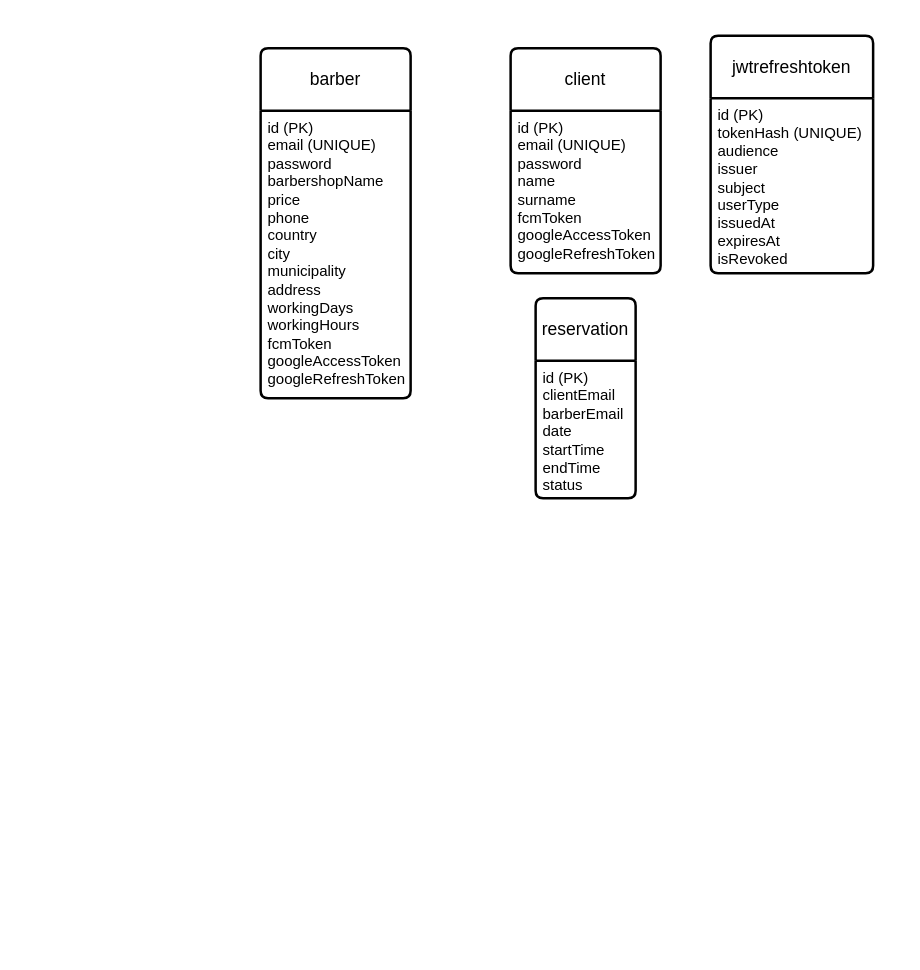
Before: drawio/diagrams/database_er_diagram.drawio in PavleSarenac/thesis, a draw.io diagram. Source tidied: cells renumbered, new cells numbered last; positions are measured from the earlier drawing's top-left corner, leaving out a move shared by most shapes. Both pictures are drawn from the tidied source at 125%, with x=0, y=0 at pixel (260, 35).
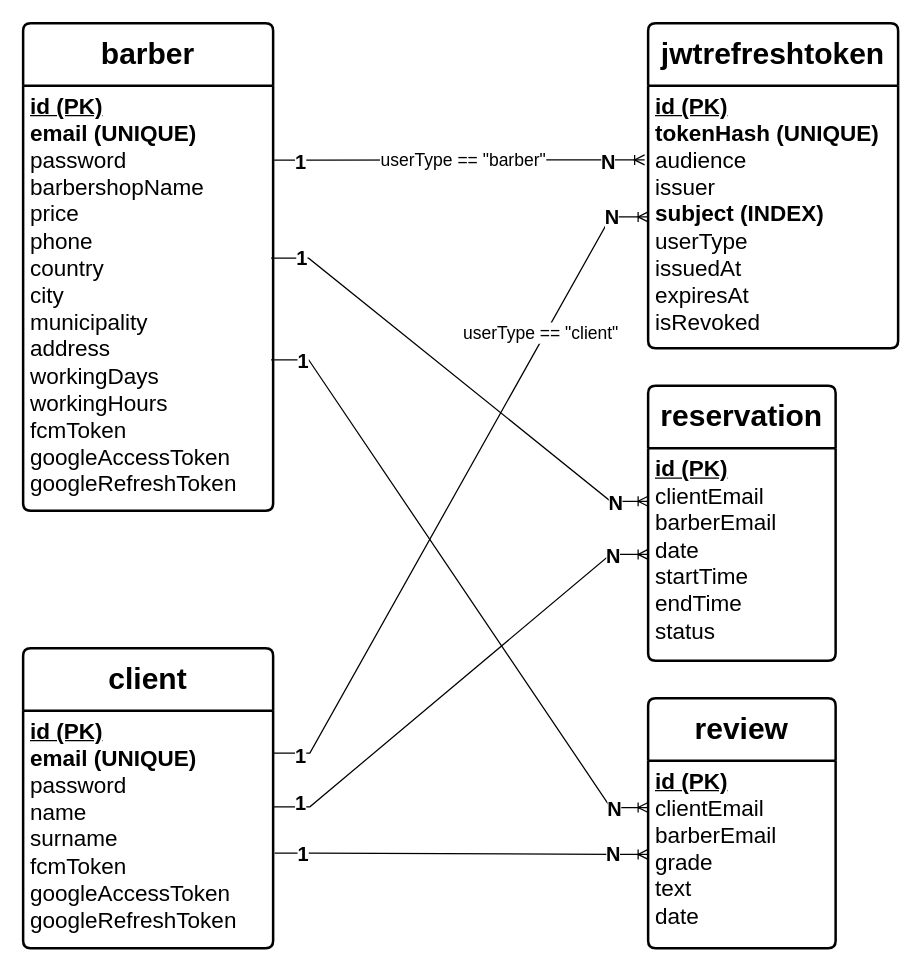
The same diagram, later.

Change to the diagram source:
```diff
@@
-    <mxCell id="2" value="barber" style="swimlane;horizontal=1;startSize=50;rounded=1;fontSize=14;fontStyle=0;strokeWidth=2;shadow=0;dashed=0;align=center;arcSize=4;whiteSpace=wrap;html=1;" parent="1" vertex="1">
-      <mxGeometry y="10" width="120" height="280" as="geometry" />
-    </mxCell>
-    <mxCell id="3" value="id (PK)&lt;br&gt;email (UNIQUE)&lt;br&gt;password&lt;div&gt;barbershopName&lt;/div&gt;&lt;div&gt;price&lt;/div&gt;&lt;div&gt;phone&lt;/div&gt;&lt;div&gt;country&lt;/div&gt;&lt;div&gt;city&lt;/div&gt;&lt;div&gt;municipality&lt;/div&gt;&lt;div&gt;address&lt;/div&gt;&lt;div&gt;workingDays&lt;/div&gt;&lt;div&gt;workingHours&lt;/div&gt;&lt;div&gt;fcmToken&lt;/div&gt;&lt;div&gt;googleAccessToken&lt;/div&gt;&lt;div&gt;googleRefreshToken&lt;/div&gt;" style="align=left;strokeColor=none;fillColor=none;spacingLeft=4;spacingRight=4;fontSize=12;verticalAlign=top;html=1;whiteSpace=wrap;" parent="2" vertex="1">
-      <mxGeometry y="50" width="120" height="230" as="geometry" />
-    </mxCell>
-    <mxCell id="4" value="client" style="swimlane;horizontal=1;startSize=50;rounded=1;fontSize=14;fontStyle=0;strokeWidth=2;shadow=0;dashed=0;align=center;arcSize=4;whiteSpace=wrap;html=1;" parent="1" vertex="1">
-      <mxGeometry x="200" y="10" width="120" height="180" as="geometry" />
+    <mxCell id="4" value="&lt;font style=&quot;font-size: 24px;&quot;&gt;&lt;b&gt;client&lt;/b&gt;&lt;/font&gt;" style="swimlane;horizontal=1;startSize=50;rounded=1;fontSize=14;fontStyle=0;strokeWidth=2;shadow=0;dashed=0;align=center;arcSize=4;whiteSpace=wrap;html=1;" parent="1" vertex="1">
+      <mxGeometry x="-190" y="490" width="200" height="240" as="geometry" />
     </mxCell>
-    <mxCell id="5" value="id (PK)&lt;br&gt;email (UNIQUE)&lt;br&gt;password&lt;div&gt;name&lt;/div&gt;&lt;div&gt;surname&lt;br&gt;&lt;div&gt;fcmToken&lt;/div&gt;&lt;div&gt;googleAccessToken&lt;/div&gt;&lt;div&gt;googleRefreshToken&lt;/div&gt;&lt;/div&gt;" style="align=left;strokeColor=none;fillColor=none;spacingLeft=4;spacingRight=4;fontSize=12;verticalAlign=top;html=1;whiteSpace=wrap;" parent="4" vertex="1">
-      <mxGeometry y="50" width="120" height="130" as="geometry" />
+    <mxCell id="5" value="&lt;font style=&quot;font-size: 18px;&quot;&gt;&lt;b&gt;&lt;u&gt;id (PK)&lt;/u&gt;&lt;/b&gt;&lt;br&gt;&lt;b&gt;email (UNIQUE)&lt;br&gt;&lt;/b&gt;password&lt;/font&gt;&lt;div&gt;&lt;font style=&quot;font-size: 18px;&quot;&gt;name&lt;/font&gt;&lt;/div&gt;&lt;div&gt;&lt;font style=&quot;font-size: 18px;&quot;&gt;surname&lt;br&gt;&lt;/font&gt;&lt;div&gt;&lt;font style=&quot;font-size: 18px;&quot;&gt;fcmToken&lt;/font&gt;&lt;/div&gt;&lt;div&gt;&lt;font style=&quot;font-size: 18px;&quot;&gt;googleAccessToken&lt;/font&gt;&lt;/div&gt;&lt;div&gt;&lt;font style=&quot;font-size: 18px;&quot;&gt;googleRefreshToken&lt;/font&gt;&lt;/div&gt;&lt;/div&gt;" style="align=left;strokeColor=none;fillColor=none;spacingLeft=4;spacingRight=4;fontSize=12;verticalAlign=top;html=1;whiteSpace=wrap;" parent="4" vertex="1">
+      <mxGeometry y="50" width="200" height="190" as="geometry" />
     </mxCell>
-    <mxCell id="6" value="jwtrefreshtoken" style="swimlane;horizontal=1;startSize=50;rounded=1;fontSize=14;fontStyle=0;strokeWidth=2;shadow=0;dashed=0;align=center;arcSize=4;whiteSpace=wrap;html=1;" parent="1" vertex="1">
-      <mxGeometry x="360" width="130" height="190" as="geometry" />
+    <mxCell id="6" value="&lt;font style=&quot;font-size: 24px;&quot;&gt;&lt;b&gt;jwtrefreshtoken&lt;/b&gt;&lt;/font&gt;" style="swimlane;horizontal=1;startSize=50;rounded=1;fontSize=14;fontStyle=0;strokeWidth=2;shadow=0;dashed=0;align=center;arcSize=4;whiteSpace=wrap;html=1;" parent="1" vertex="1">
+      <mxGeometry x="310" y="-10" width="200" height="260" as="geometry" />
     </mxCell>
-    <mxCell id="7" value="id (PK)&lt;br&gt;tokenHash (UNIQUE)&lt;br&gt;&lt;div&gt;audience&lt;/div&gt;&lt;div&gt;issuer&lt;/div&gt;&lt;div&gt;subject&lt;/div&gt;&lt;div&gt;userType&lt;/div&gt;&lt;div&gt;issuedAt&lt;/div&gt;&lt;div&gt;expiresAt&lt;/div&gt;&lt;div&gt;isRevoked&lt;/div&gt;" style="align=left;strokeColor=none;fillColor=none;spacingLeft=4;spacingRight=4;fontSize=12;verticalAlign=top;html=1;whiteSpace=wrap;" parent="6" vertex="1">
-      <mxGeometry y="50" width="130" height="140" as="geometry" />
+    <mxCell id="7" value="&lt;font style=&quot;font-size: 18px;&quot;&gt;&lt;b&gt;&lt;u&gt;id (PK)&lt;/u&gt;&lt;/b&gt;&lt;br&gt;&lt;b&gt;tokenHash (UNIQUE)&lt;/b&gt;&lt;br&gt;&lt;/font&gt;&lt;div&gt;&lt;font style=&quot;font-size: 18px;&quot;&gt;audience&lt;/font&gt;&lt;/div&gt;&lt;div&gt;&lt;font style=&quot;font-size: 18px;&quot;&gt;issuer&lt;/font&gt;&lt;/div&gt;&lt;div&gt;&lt;font style=&quot;font-size: 18px;&quot;&gt;&lt;b&gt;subject (INDEX)&lt;/b&gt;&lt;/font&gt;&lt;/div&gt;&lt;div&gt;&lt;font style=&quot;font-size: 18px;&quot;&gt;userType&lt;/font&gt;&lt;/div&gt;&lt;div&gt;&lt;font style=&quot;font-size: 18px;&quot;&gt;issuedAt&lt;/font&gt;&lt;/div&gt;&lt;div&gt;&lt;font style=&quot;font-size: 18px;&quot;&gt;expiresAt&lt;/font&gt;&lt;/div&gt;&lt;div&gt;&lt;font style=&quot;font-size: 18px;&quot;&gt;isRevoked&lt;/font&gt;&lt;/div&gt;" style="align=left;strokeColor=none;fillColor=none;spacingLeft=4;spacingRight=4;fontSize=12;verticalAlign=top;html=1;whiteSpace=wrap;" parent="6" vertex="1">
+      <mxGeometry y="50" width="200" height="210" as="geometry" />
     </mxCell>
-    <mxCell id="8" value="reservation" style="swimlane;horizontal=1;startSize=50;rounded=1;fontSize=14;fontStyle=0;strokeWidth=2;shadow=0;dashed=0;align=center;arcSize=4;whiteSpace=wrap;html=1;" parent="1" vertex="1">
-      <mxGeometry x="220" y="210" width="80" height="160" as="geometry" />
+    <mxCell id="8" value="&lt;font style=&quot;font-size: 24px;&quot;&gt;&lt;b&gt;reservation&lt;/b&gt;&lt;/font&gt;" style="swimlane;horizontal=1;startSize=50;rounded=1;fontSize=14;fontStyle=0;strokeWidth=2;shadow=0;dashed=0;align=center;arcSize=4;whiteSpace=wrap;html=1;" parent="1" vertex="1">
+      <mxGeometry x="310" y="280" width="150" height="220" as="geometry" />
     </mxCell>
-    <mxCell id="9" value="id (PK)&lt;br&gt;clientEmail&lt;div&gt;barberEmail&lt;/div&gt;&lt;div&gt;date&lt;/div&gt;&lt;div&gt;startTime&lt;/div&gt;&lt;div&gt;endTime&lt;/div&gt;&lt;div&gt;status&lt;/div&gt;" style="align=left;strokeColor=none;fillColor=none;spacingLeft=4;spacingRight=4;fontSize=12;verticalAlign=top;html=1;whiteSpace=wrap;" parent="8" vertex="1">
-      <mxGeometry y="50" width="80" height="110" as="geometry" />
+    <mxCell id="9" value="&lt;font style=&quot;font-size: 18px;&quot;&gt;&lt;b&gt;&lt;u&gt;id (PK)&lt;/u&gt;&lt;/b&gt;&lt;br&gt;clientEmail&lt;/font&gt;&lt;div&gt;&lt;font style=&quot;font-size: 18px;&quot;&gt;barberEmail&lt;/font&gt;&lt;/div&gt;&lt;div&gt;&lt;font style=&quot;font-size: 18px;&quot;&gt;date&lt;/font&gt;&lt;/div&gt;&lt;div&gt;&lt;font style=&quot;font-size: 18px;&quot;&gt;startTime&lt;/font&gt;&lt;/div&gt;&lt;div&gt;&lt;font style=&quot;font-size: 18px;&quot;&gt;endTime&lt;/font&gt;&lt;/div&gt;&lt;div&gt;&lt;font style=&quot;font-size: 18px;&quot;&gt;status&lt;/font&gt;&lt;/div&gt;" style="align=left;strokeColor=none;fillColor=none;spacingLeft=4;spacingRight=4;fontSize=12;verticalAlign=top;html=1;whiteSpace=wrap;" parent="8" vertex="1">
+      <mxGeometry y="50" width="150" height="170" as="geometry" />
     </mxCell>
+    <mxCell id="2" value="&lt;span style=&quot;font-size: 24px;&quot;&gt;&lt;b&gt;barber&lt;/b&gt;&lt;/span&gt;" style="swimlane;horizontal=1;startSize=50;rounded=1;fontSize=14;fontStyle=0;strokeWidth=2;shadow=0;dashed=0;align=center;arcSize=4;whiteSpace=wrap;html=1;" parent="1" vertex="1">
+      <mxGeometry x="-190" y="-10" width="200" height="390" as="geometry" />
+    </mxCell>
+    <mxCell id="3" value="&lt;font style=&quot;font-size: 18px;&quot;&gt;&lt;font style=&quot;&quot;&gt;&lt;b&gt;&lt;u&gt;id (PK)&lt;/u&gt;&lt;/b&gt;&lt;br&gt;&lt;/font&gt;&lt;font style=&quot;&quot;&gt;&lt;b&gt;email (UNIQUE)&lt;/b&gt;&lt;br&gt;&lt;/font&gt;&lt;font style=&quot;&quot;&gt;password&lt;br&gt;&lt;/font&gt;&lt;font style=&quot;&quot;&gt;barbershopName&lt;br&gt;&lt;/font&gt;price&lt;br style=&quot;&quot;&gt;phone&lt;br style=&quot;&quot;&gt;country&lt;br style=&quot;&quot;&gt;city&lt;br style=&quot;&quot;&gt;municipality&lt;br style=&quot;&quot;&gt;address&lt;br style=&quot;&quot;&gt;workingDays&lt;br style=&quot;&quot;&gt;workingHours&lt;br style=&quot;&quot;&gt;fcmToken&lt;br style=&quot;&quot;&gt;googleAccessToken&lt;br style=&quot;&quot;&gt;googleRefreshToken&lt;/font&gt;" style="align=left;strokeColor=none;fillColor=none;spacingLeft=4;spacingRight=4;fontSize=12;verticalAlign=top;html=1;whiteSpace=wrap;" parent="2" vertex="1">
+      <mxGeometry y="50" width="200" height="340" as="geometry" />
+    </mxCell>
+    <mxCell id="10" value="&lt;font style=&quot;font-size: 24px;&quot;&gt;&lt;b&gt;review&lt;/b&gt;&lt;/font&gt;" style="swimlane;horizontal=1;startSize=50;rounded=1;fontSize=14;fontStyle=0;strokeWidth=2;shadow=0;dashed=0;align=center;arcSize=4;whiteSpace=wrap;html=1;" parent="1" vertex="1">
+      <mxGeometry x="310" y="530" width="150" height="200" as="geometry" />
+    </mxCell>
+    <mxCell id="11" value="&lt;font style=&quot;font-size: 18px;&quot;&gt;&lt;b&gt;&lt;u&gt;id (PK)&lt;/u&gt;&lt;/b&gt;&lt;br&gt;clientEmail&lt;/font&gt;&lt;div&gt;&lt;font style=&quot;font-size: 18px;&quot;&gt;barberEmail&lt;/font&gt;&lt;/div&gt;&lt;div&gt;&lt;font style=&quot;font-size: 18px;&quot;&gt;grade&lt;/font&gt;&lt;/div&gt;&lt;div&gt;&lt;font style=&quot;font-size: 18px;&quot;&gt;text&lt;/font&gt;&lt;/div&gt;&lt;div&gt;&lt;font style=&quot;font-size: 18px;&quot;&gt;date&lt;/font&gt;&lt;/div&gt;" style="align=left;strokeColor=none;fillColor=none;spacingLeft=4;spacingRight=4;fontSize=12;verticalAlign=top;html=1;whiteSpace=wrap;" parent="10" vertex="1">
+      <mxGeometry y="50" width="150" height="150" as="geometry" />
+    </mxCell>
+    <mxCell id="12" style="edgeStyle=entityRelationEdgeStyle;fontSize=12;html=1;endArrow=ERoneToMany;rounded=0;exitX=1.004;exitY=0.175;exitDx=0;exitDy=0;exitPerimeter=0;entryX=-0.014;entryY=0.283;entryDx=0;entryDy=0;entryPerimeter=0;" parent="1" edge="1" source="3" target="7">
+      <mxGeometry relative="1" as="geometry" />
+    </mxCell>
+    <mxCell id="13" value="&lt;font style=&quot;font-size: 16px;&quot;&gt;&lt;b style=&quot;&quot;&gt;1&lt;/b&gt;&lt;/font&gt;" style="edgeLabel;html=1;align=center;verticalAlign=middle;" parent="12" vertex="1">
+      <mxGeometry x="-0.86" y="-1" relative="1" as="geometry" />
+    </mxCell>
+    <mxCell id="14" value="&lt;font style=&quot;font-size: 16px;&quot;&gt;&lt;b&gt;N&lt;/b&gt;&lt;/font&gt;" style="edgeLabel;html=1;align=center;verticalAlign=middle;" parent="12" vertex="1">
+      <mxGeometry x="0.8" y="-1" relative="1" as="geometry" />
+    </mxCell>
+    <mxCell id="15" value="&lt;font style=&quot;font-size: 14px;&quot;&gt;userType == &quot;barber&quot;&lt;/font&gt;" style="edgeLabel;html=1;align=center;verticalAlign=middle;" parent="12" vertex="1">
+      <mxGeometry x="0.02" relative="1" as="geometry" />
+    </mxCell>
+    <mxCell id="16" style="edgeStyle=entityRelationEdgeStyle;fontSize=12;html=1;endArrow=ERoneToMany;rounded=0;exitX=0.992;exitY=0.406;exitDx=0;exitDy=0;exitPerimeter=0;entryX=0;entryY=0.25;entryDx=0;entryDy=0;" parent="1" edge="1" source="3" target="9">
+      <mxGeometry relative="1" as="geometry" />
+    </mxCell>
+    <mxCell id="17" value="&lt;font style=&quot;font-size: 16px;&quot;&gt;&lt;b&gt;1&lt;/b&gt;&lt;/font&gt;" style="edgeLabel;html=1;align=center;verticalAlign=middle;" parent="16" vertex="1">
+      <mxGeometry x="-0.87" y="1" relative="1" as="geometry" />
+    </mxCell>
+    <mxCell id="18" value="&lt;font style=&quot;font-size: 16px;&quot;&gt;&lt;b&gt;N&lt;/b&gt;&lt;/font&gt;" style="edgeLabel;html=1;align=center;verticalAlign=middle;" parent="16" vertex="1">
+      <mxGeometry x="0.86" y="-1" relative="1" as="geometry" />
+    </mxCell>
+    <mxCell id="19" style="edgeStyle=entityRelationEdgeStyle;fontSize=12;html=1;endArrow=ERoneToMany;rounded=0;exitX=0.992;exitY=0.645;exitDx=0;exitDy=0;exitPerimeter=0;entryX=0;entryY=0.25;entryDx=0;entryDy=0;" parent="1" edge="1" source="3" target="11">
+      <mxGeometry relative="1" as="geometry" />
+    </mxCell>
+    <mxCell id="20" value="&lt;font style=&quot;font-size: 16px;&quot;&gt;&lt;b&gt;1&lt;/b&gt;&lt;/font&gt;" style="edgeLabel;html=1;align=center;verticalAlign=middle;" parent="19" vertex="1">
+      <mxGeometry x="-0.9" relative="1" as="geometry" />
+    </mxCell>
+    <mxCell id="21" value="&lt;font style=&quot;font-size: 16px;&quot;&gt;&lt;b&gt;N&lt;/b&gt;&lt;/font&gt;" style="edgeLabel;html=1;align=center;verticalAlign=middle;" parent="19" vertex="1">
+      <mxGeometry x="0.89" y="-1" relative="1" as="geometry" />
+    </mxCell>
+    <mxCell id="22" style="edgeStyle=entityRelationEdgeStyle;fontSize=12;html=1;endArrow=ERoneToMany;rounded=0;exitX=0.997;exitY=0.179;exitDx=0;exitDy=0;exitPerimeter=0;entryX=0;entryY=0.5;entryDx=0;entryDy=0;" parent="1" edge="1" source="5" target="7">
+      <mxGeometry relative="1" as="geometry" />
+    </mxCell>
+    <mxCell id="23" value="&lt;font style=&quot;font-size: 16px;&quot;&gt;&lt;b&gt;1&lt;/b&gt;&lt;/font&gt;" style="edgeLabel;html=1;align=center;verticalAlign=middle;" parent="22" vertex="1">
+      <mxGeometry x="-0.92" y="-1" relative="1" as="geometry" />
+    </mxCell>
+    <mxCell id="24" value="&lt;font style=&quot;font-size: 16px;&quot;&gt;&lt;b&gt;N&lt;/b&gt;&lt;/font&gt;" style="edgeLabel;html=1;align=center;verticalAlign=middle;" parent="22" vertex="1">
+      <mxGeometry x="0.89" y="1" relative="1" as="geometry" />
+    </mxCell>
+    <mxCell id="25" value="&lt;font style=&quot;font-size: 14px;&quot;&gt;userType == &quot;client&quot;&lt;/font&gt;" style="edgeLabel;html=1;align=center;verticalAlign=middle;" parent="22" vertex="1">
+      <mxGeometry x="0.5" y="4" relative="1" as="geometry" />
+    </mxCell>
+    <mxCell id="26" style="edgeStyle=entityRelationEdgeStyle;fontSize=12;html=1;endArrow=ERoneToMany;rounded=0;exitX=0.997;exitY=0.405;exitDx=0;exitDy=0;exitPerimeter=0;entryX=0;entryY=0.5;entryDx=0;entryDy=0;" parent="1" edge="1" source="5" target="9">
+      <mxGeometry relative="1" as="geometry" />
+    </mxCell>
+    <mxCell id="27" value="&lt;font style=&quot;font-size: 16px;&quot;&gt;&lt;b&gt;1&lt;/b&gt;&lt;/font&gt;" style="edgeLabel;html=1;align=center;verticalAlign=middle;" parent="26" vertex="1">
+      <mxGeometry x="-0.88" y="3" relative="1" as="geometry" />
+    </mxCell>
+    <mxCell id="28" value="&lt;font style=&quot;font-size: 16px;&quot;&gt;&lt;b&gt;N&lt;/b&gt;&lt;/font&gt;" style="edgeLabel;html=1;align=center;verticalAlign=middle;" parent="26" vertex="1">
+      <mxGeometry x="0.85" relative="1" as="geometry" />
+    </mxCell>
+    <mxCell id="29" style="edgeStyle=entityRelationEdgeStyle;fontSize=12;html=1;endArrow=ERoneToMany;rounded=0;exitX=1.006;exitY=0.6;exitDx=0;exitDy=0;exitPerimeter=0;entryX=0;entryY=0.5;entryDx=0;entryDy=0;" parent="1" edge="1" source="5" target="11">
+      <mxGeometry relative="1" as="geometry" />
+    </mxCell>
+    <mxCell id="30" value="&lt;font style=&quot;font-size: 16px;&quot;&gt;&lt;b&gt;1&lt;/b&gt;&lt;/font&gt;" style="edgeLabel;html=1;align=center;verticalAlign=middle;" parent="29" vertex="1">
+      <mxGeometry x="-0.85" relative="1" as="geometry" />
+    </mxCell>
+    <mxCell id="31" value="&lt;font style=&quot;font-size: 16px;&quot;&gt;&lt;b&gt;N&lt;/b&gt;&lt;/font&gt;" style="edgeLabel;html=1;align=center;verticalAlign=middle;" parent="29" vertex="1">
+      <mxGeometry x="0.81" y="1" relative="1" as="geometry" />
+    </mxCell>
```
